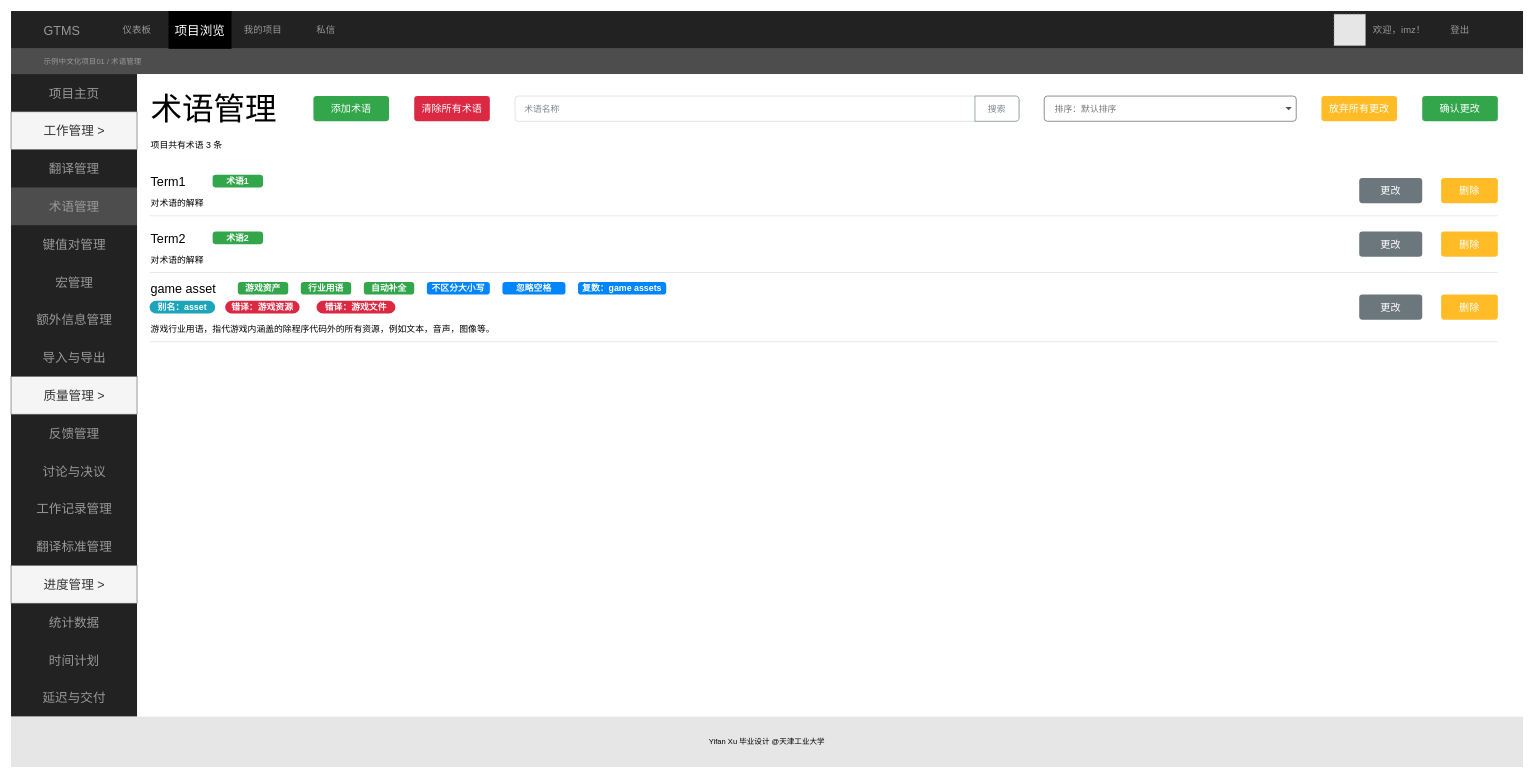
icemeowzhi/bach_final_diags keeps this draw.io diagram as 术语管理界面.drawio. Above is the earlier version. Source tidied: cells renumbered, new cells numbered last; positions are measured from the earlier drawing's top-left corner, leaving out a move shared by most shapes. Both pictures are drawn from the tidied source at 63%, with x=0, y=0 at pixel (11, 11). Pictures stored in the file or linked from it are replaced by grey dashed boxes.
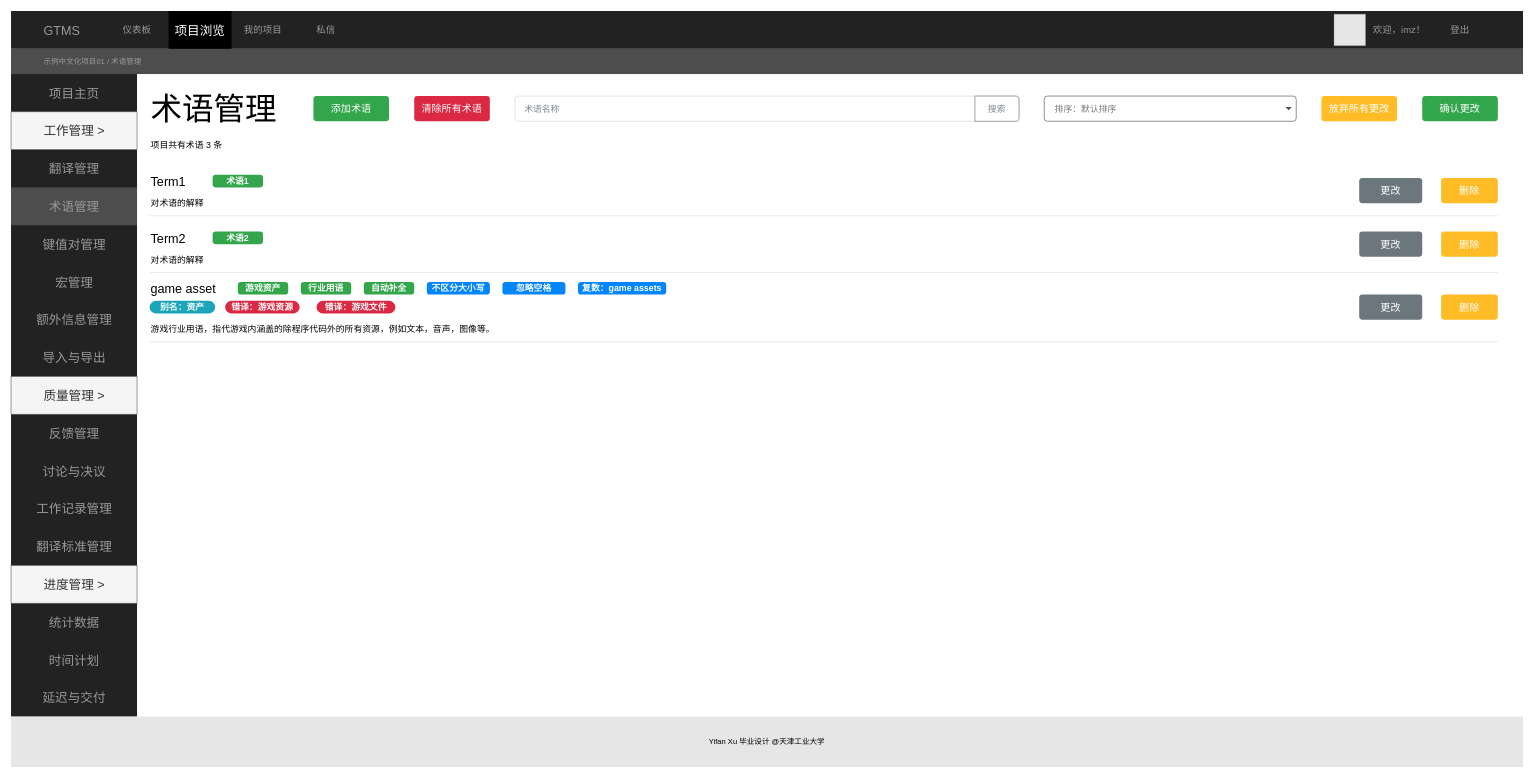
After the change.

Commit message:
更新术语管理界面.drawio

Change to the diagram source:
```diff
@@
-    <mxCell id="67" value="别名：asset" style="rounded=1;whiteSpace=wrap;html=1;arcSize=50;strokeColor=none;strokeWidth=1;fillColor=#1CA5B8;fontColor=#ffffff;whiteSpace=wrap;align=center;verticalAlign=middle;spacingLeft=0;fontStyle=1;fontSize=14;spacing=10;" parent="1" vertex="1">
+    <mxCell id="67" value="别名：资产" style="rounded=1;whiteSpace=wrap;html=1;arcSize=50;strokeColor=none;strokeWidth=1;fillColor=#1CA5B8;fontColor=#ffffff;whiteSpace=wrap;align=center;verticalAlign=middle;spacingLeft=0;fontStyle=1;fontSize=14;spacing=10;" parent="1" vertex="1">
       <mxGeometry x="220" y="460" width="104" height="20" as="geometry" />
     </mxCell>
```
